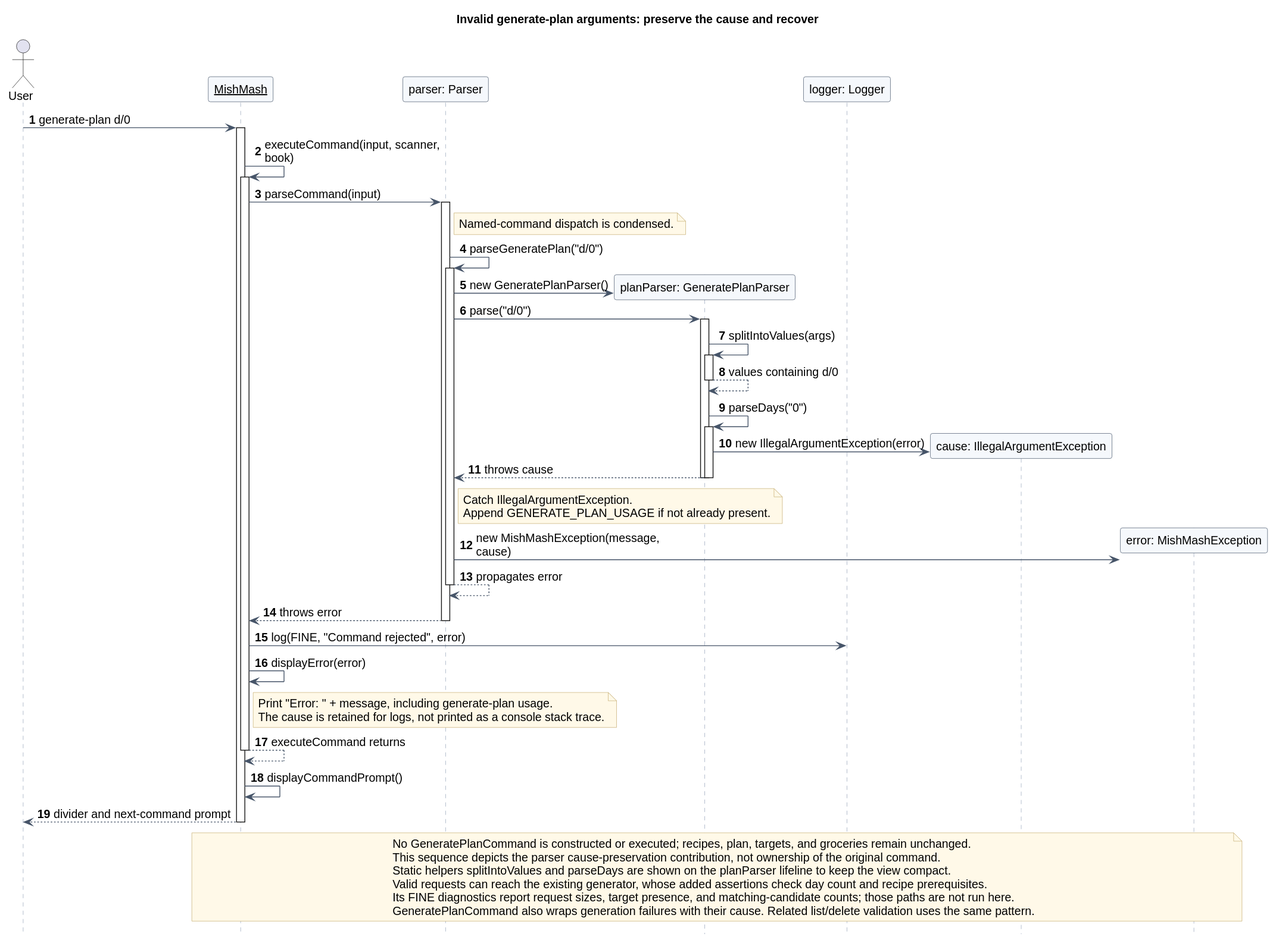
AY2627S1-CS2113-W13-4/tp keeps this PlantUML diagram as docs/images/oilybikechain/diagnostic-recovery.svg. Above is the earlier version.
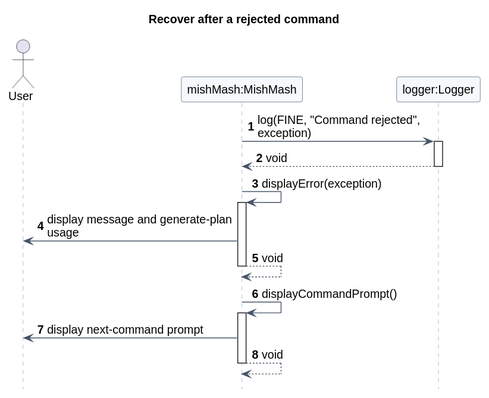
Above is the later version.

The edit, as a diff of the source:
```diff
@@ -1,62 +1,24 @@
 @startuml
-!include ../shortfall/style.iuml
-title Invalid generate-plan arguments: preserve the cause and recover
+!include ../rixte/shortfall/style.iuml
+title Recover after a rejected command
 autonumber
+
 actor User
-participant "<u>MishMash</u>" as App
-participant "parser: Parser" as Parser
-participant "planParser: GeneratePlanParser" as PlanParser
-participant "logger: Logger" as Logger
+participant "mishMash:MishMash" as App
+participant "logger:Logger" as Logger
 
-User -> App : generate-plan d/0
+App -> Logger : log(FINE, "Command rejected", exception)
+activate Logger
+Logger --> App : void
+deactivate Logger
+App -> App : displayError(exception)
 activate App
-App -> App : executeCommand(input, scanner, book)
-activate App
-App -> Parser : parseCommand(input)
-activate Parser
-note right of Parser : Named-command dispatch is condensed.
-Parser -> Parser : parseGeneratePlan("d/0")
-activate Parser
-create PlanParser
-Parser -> PlanParser : new GeneratePlanParser()
-Parser -> PlanParser : parse("d/0")
-activate PlanParser
-PlanParser -> PlanParser : splitIntoValues(args)
-activate PlanParser
-PlanParser --> PlanParser : values containing d/0
-deactivate PlanParser
-PlanParser -> PlanParser : parseDays("0")
-activate PlanParser
-create participant "cause: IllegalArgumentException" as Cause
-PlanParser -> Cause : new IllegalArgumentException(error)
-PlanParser --> Parser : throws cause
-deactivate PlanParser
-deactivate PlanParser
-note right of Parser
-  Catch IllegalArgumentException.
-  Append GENERATE_PLAN_USAGE if not already present.
-end note
-create participant "error: MishMashException" as Error
-Parser -> Error : new MishMashException(message, cause)
-Parser --> Parser : propagates error
-deactivate Parser
-Parser --> App : throws error
-deactivate Parser
-App -> Logger : log(FINE, "Command rejected", error)
-App -> App : displayError(error)
-note right of App : Print "Error: " + message, including generate-plan usage.\nThe cause is retained for logs, not printed as a console stack trace.
-App --> App : executeCommand returns
+App -> User : display message and generate-plan usage
+App --> App : void
 deactivate App
 App -> App : displayCommandPrompt()
-App --> User : divider and next-command prompt
+activate App
+App -> User : display next-command prompt
+App --> App : void
 deactivate App
-
-note over App, Error
-  No GeneratePlanCommand is constructed or executed; recipes, plan, targets, and groceries remain unchanged.
-  This sequence depicts the parser cause-preservation contribution, not ownership of the original command.
-  Static helpers splitIntoValues and parseDays are shown on the planParser lifeline to keep the view compact.
-  Valid requests can reach the existing generator, whose added assertions check day count and recipe prerequisites.
-  Its FINE diagnostics report request sizes, target presence, and matching-candidate counts; those paths are not run here.
-  GeneratePlanCommand also wraps generation failures with their cause. Related list/delete validation uses the same pattern.
-end note
 @enduml
```
